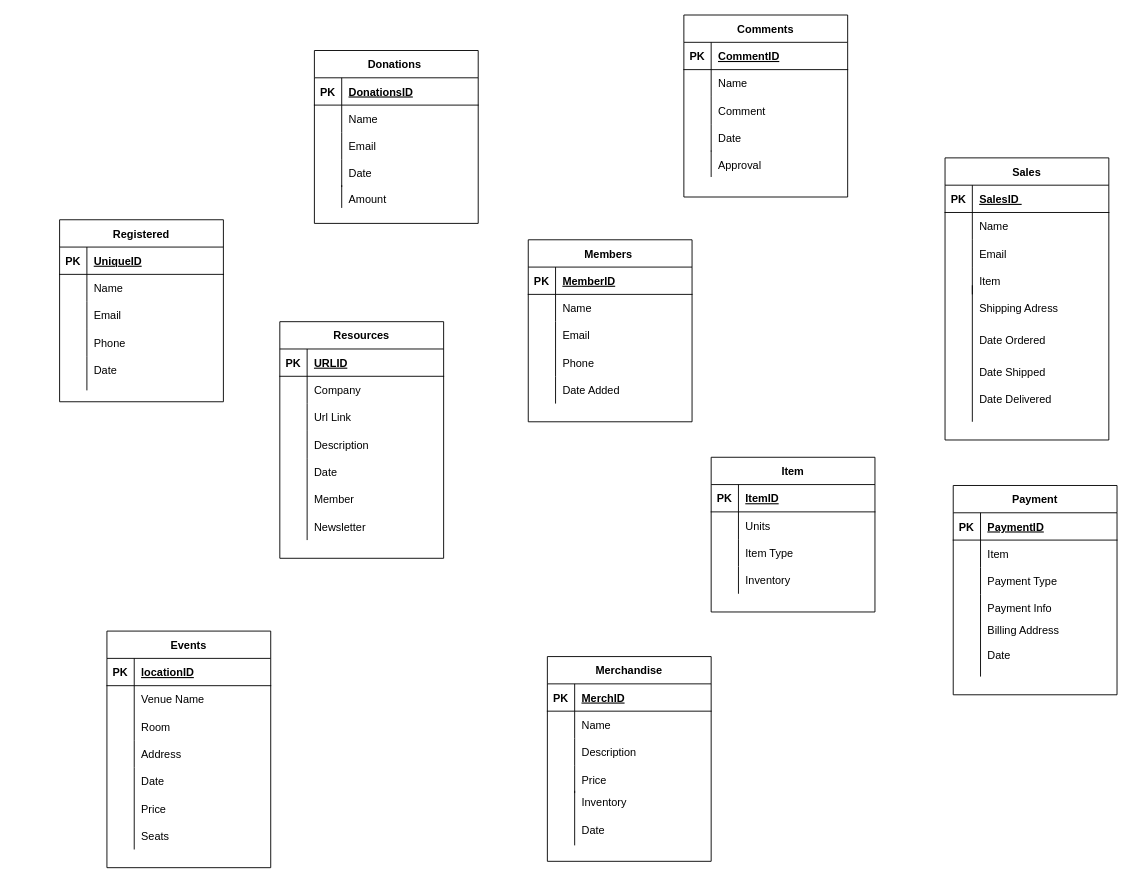
Before: Climate Change Draft .drawio in SemharGezai/Database-, a draw.io diagram. Source tidied: cells renumbered, new cells numbered last; positions are measured from the earlier drawing's top-left corner, leaving out a move shared by most shapes. Both pictures are drawn from the tidied source at 91%, with x=0, y=0 at pixel (59, 15).
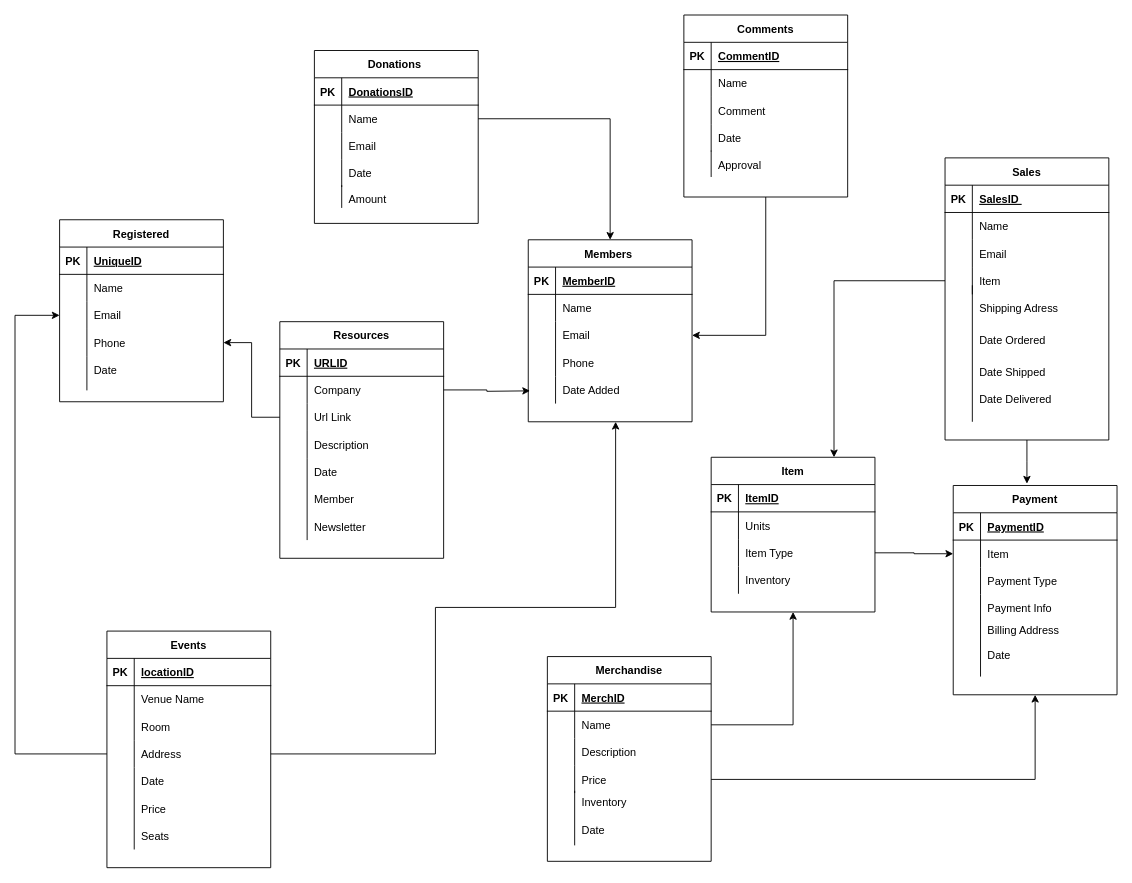
After the change.

Unchanged cells that the change refers to:
```xml
<mxCell id="2" value="Sales" style="shape=table;startSize=30;childLayout=tableLayout;rowLines=0;fontStyle=1;align=center;strokeWidth=1;" parent="1" vertex="1">
  <mxGeometry x="973" y="157" width="180" height="310" as="geometry" />
</mxCell>
<mxCell id="12" style="shape=tableRow;horizontal=0;startSize=0;swimlaneHead=0;swimlaneBody=0;fillColor=none;points=[[0,0.5],[1,0.5]];portConstraint=eastwest;top=0;left=0;right=0;bottom=0;strokeWidth=1;" parent="2" vertex="1">
  <mxGeometry y="120" width="180" height="30" as="geometry" />
</mxCell>
<mxCell id="15" value="Members " style="shape=table;startSize=30;childLayout=tableLayout;rowLines=0;fontStyle=1;align=center;strokeWidth=1;" parent="1" vertex="1">
  <mxGeometry x="515" y="247" width="180" height="200" as="geometry" />
</mxCell>
<mxCell id="22" style="shape=tableRow;horizontal=0;startSize=0;swimlaneHead=0;swimlaneBody=0;fillColor=none;points=[[0,0.5],[1,0.5]];portConstraint=eastwest;top=0;left=0;right=0;bottom=0;strokeWidth=1;" parent="15" vertex="1">
  <mxGeometry y="90" width="180" height="30" as="geometry" />
</mxCell>
<mxCell id="32" style="shape=tableRow;horizontal=0;startSize=0;swimlaneHead=0;swimlaneBody=0;fillColor=none;points=[[0,0.5],[1,0.5]];portConstraint=eastwest;top=0;left=0;right=0;bottom=0;strokeWidth=1;" parent="28" vertex="1">
  <mxGeometry y="60" width="180" height="30" as="geometry" />
</mxCell>
<mxCell id="48" style="shape=tableRow;horizontal=0;startSize=0;swimlaneHead=0;swimlaneBody=0;fillColor=none;points=[[0,0.5],[1,0.5]];portConstraint=eastwest;top=0;left=0;right=0;bottom=0;strokeWidth=1;" parent="41" vertex="1">
  <mxGeometry y="90" width="180" height="30" as="geometry" />
</mxCell>
<mxCell id="51" style="shape=tableRow;horizontal=0;startSize=0;swimlaneHead=0;swimlaneBody=0;fillColor=none;points=[[0,0.5],[1,0.5]];portConstraint=eastwest;top=0;left=0;right=0;bottom=0;strokeWidth=1;" parent="41" vertex="1">
  <mxGeometry y="120" width="180" height="30" as="geometry" />
</mxCell>
<mxCell id="54" value="Comments" style="shape=table;startSize=30;childLayout=tableLayout;rowLines=0;fontStyle=1;align=center;strokeWidth=1;" parent="1" vertex="1">
  <mxGeometry x="686" width="180" height="200" as="geometry" />
</mxCell>
<mxCell id="71" style="shape=tableRow;horizontal=0;startSize=0;swimlaneHead=0;swimlaneBody=0;fillColor=none;points=[[0,0.5],[1,0.5]];portConstraint=eastwest;top=0;left=0;right=0;bottom=0;strokeWidth=1;" parent="67" vertex="1">
  <mxGeometry y="60" width="180" height="30" as="geometry" />
</mxCell>
<mxCell id="74" style="shape=tableRow;horizontal=0;startSize=0;swimlaneHead=0;swimlaneBody=0;fillColor=none;points=[[0,0.5],[1,0.5]];portConstraint=eastwest;top=0;left=0;right=0;bottom=0;strokeWidth=1;" parent="67" vertex="1">
  <mxGeometry y="90" width="180" height="30" as="geometry" />
</mxCell>
<mxCell id="90" style="shape=tableRow;horizontal=0;startSize=0;swimlaneHead=0;swimlaneBody=0;fillColor=none;points=[[0,0.5],[1,0.5]];portConstraint=eastwest;top=0;left=0;right=0;bottom=0;strokeWidth=1;" parent="80" vertex="1">
  <mxGeometry y="120" width="180" height="30" as="geometry" />
</mxCell>
<mxCell id="97" style="shape=tableRow;horizontal=0;startSize=0;swimlaneHead=0;swimlaneBody=0;fillColor=none;points=[[0,0.5],[1,0.5]];portConstraint=eastwest;top=0;left=0;right=0;bottom=0;strokeWidth=1;" parent="93" vertex="1">
  <mxGeometry y="60" width="180" height="30" as="geometry" />
</mxCell>
<mxCell id="103" style="shape=tableRow;horizontal=0;startSize=0;swimlaneHead=0;swimlaneBody=0;fillColor=none;points=[[0,0.5],[1,0.5]];portConstraint=eastwest;top=0;left=0;right=0;bottom=0;strokeWidth=1;" parent="93" vertex="1">
  <mxGeometry y="120" width="180" height="30" as="geometry" />
</mxCell>
<mxCell id="106" value="Item" style="shape=table;startSize=30;childLayout=tableLayout;rowLines=0;fontStyle=1;align=center;strokeWidth=1;" parent="1" vertex="1">
  <mxGeometry x="716" y="486" width="180" height="170" as="geometry" />
</mxCell>
<mxCell id="113" style="shape=tableRow;horizontal=0;startSize=0;swimlaneHead=0;swimlaneBody=0;fillColor=none;points=[[0,0.5],[1,0.5]];portConstraint=eastwest;top=0;left=0;right=0;bottom=0;strokeWidth=1;" parent="106" vertex="1">
  <mxGeometry y="90" width="180" height="30" as="geometry" />
</mxCell>
<mxCell id="123" value="Payment" style="shape=table;startSize=30;childLayout=tableLayout;rowLines=0;fontStyle=1;align=center;strokeWidth=1;" parent="1" vertex="1">
  <mxGeometry x="982" y="517" width="180" height="230" as="geometry" />
</mxCell>
<mxCell id="127" style="shape=tableRow;horizontal=0;startSize=0;swimlaneHead=0;swimlaneBody=0;fillColor=none;points=[[0,0.5],[1,0.5]];portConstraint=eastwest;top=0;left=0;right=0;bottom=0;strokeWidth=1;" parent="123" vertex="1">
  <mxGeometry y="60" width="180" height="30" as="geometry" />
</mxCell>
```

Diff of the diagram source:
```diff
@@
+    <mxCell id="159" style="edgeStyle=orthogonalEdgeStyle;rounded=0;jettySize=auto;html=1;exitX=0.5;exitY=1;exitDx=0;exitDy=0;" parent="1" edge="1" source="2">
+      <mxGeometry relative="1" as="geometry">
+        <mxPoint x="1063" y="515" as="targetPoint" />
+      </mxGeometry>
+    </mxCell>
@@
+    <mxCell id="160" style="edgeStyle=orthogonalEdgeStyle;rounded=0;jettySize=auto;html=1;exitX=0.5;exitY=1;exitDx=0;exitDy=0;entryX=1;entryY=0.5;entryDx=0;entryDy=0;" parent="1" edge="1" source="54" target="22">
+      <mxGeometry relative="1" as="geometry" />
+    </mxCell>
@@
+    <mxCell id="161" style="edgeStyle=orthogonalEdgeStyle;rounded=0;jettySize=auto;html=1;exitX=0;exitY=0.5;exitDx=0;exitDy=0;entryX=1;entryY=0.5;entryDx=0;entryDy=0;" parent="1" edge="1" source="74" target="51">
+      <mxGeometry relative="1" as="geometry" />
+    </mxCell>
+    <mxCell id="162" style="edgeStyle=orthogonalEdgeStyle;rounded=0;jettySize=auto;html=1;exitX=0;exitY=0.5;exitDx=0;exitDy=0;entryX=0;entryY=0.5;entryDx=0;entryDy=0;" parent="1" edge="1" source="90" target="48">
+      <mxGeometry relative="1" as="geometry">
+        <Array as="points">
+          <mxPoint x="-49" y="812" />
+          <mxPoint x="-49" y="330" />
+        </Array>
+      </mxGeometry>
+    </mxCell>
+    <mxCell id="163" style="edgeStyle=orthogonalEdgeStyle;rounded=0;jettySize=auto;html=1;exitX=1;exitY=0.5;exitDx=0;exitDy=0;" parent="1" edge="1" source="71">
+      <mxGeometry relative="1" as="geometry">
+        <mxPoint x="517" y="413" as="targetPoint" />
+      </mxGeometry>
+    </mxCell>
+    <mxCell id="164" style="edgeStyle=orthogonalEdgeStyle;rounded=0;jettySize=auto;html=1;exitX=1;exitY=0.5;exitDx=0;exitDy=0;entryX=0.5;entryY=0;entryDx=0;entryDy=0;" parent="1" edge="1" source="32" target="15">
+      <mxGeometry relative="1" as="geometry" />
+    </mxCell>
+    <mxCell id="165" style="edgeStyle=orthogonalEdgeStyle;rounded=0;jettySize=auto;html=1;exitX=0;exitY=0.5;exitDx=0;exitDy=0;entryX=0.75;entryY=0;entryDx=0;entryDy=0;" parent="1" edge="1" source="12" target="106">
+      <mxGeometry relative="1" as="geometry" />
+    </mxCell>
+    <mxCell id="166" style="edgeStyle=orthogonalEdgeStyle;rounded=0;jettySize=auto;html=1;exitX=1;exitY=0.5;exitDx=0;exitDy=0;entryX=0.5;entryY=1;entryDx=0;entryDy=0;" parent="1" edge="1" source="97" target="106">
+      <mxGeometry relative="1" as="geometry" />
+    </mxCell>
+    <mxCell id="167" style="edgeStyle=orthogonalEdgeStyle;rounded=0;jettySize=auto;html=1;exitX=1;exitY=0.5;exitDx=0;exitDy=0;entryX=0;entryY=0.5;entryDx=0;entryDy=0;" parent="1" edge="1" source="113" target="127">
+      <mxGeometry relative="1" as="geometry" />
+    </mxCell>
+    <mxCell id="168" style="edgeStyle=orthogonalEdgeStyle;rounded=0;jettySize=auto;html=1;exitX=1;exitY=0.5;exitDx=0;exitDy=0;entryX=0.5;entryY=1;entryDx=0;entryDy=0;" parent="1" edge="1" source="103" target="123">
+      <mxGeometry relative="1" as="geometry" />
+    </mxCell>
+    <mxCell id="169" style="edgeStyle=orthogonalEdgeStyle;rounded=0;jettySize=auto;html=1;exitX=1;exitY=0.5;exitDx=0;exitDy=0;" parent="1" edge="1" source="90">
+      <mxGeometry relative="1" as="geometry">
+        <mxPoint x="611" y="447" as="targetPoint" />
+        <Array as="points">
+          <mxPoint x="413" y="812" />
+          <mxPoint x="413" y="651" />
+          <mxPoint x="611" y="651" />
+        </Array>
+      </mxGeometry>
+    </mxCell>
```
